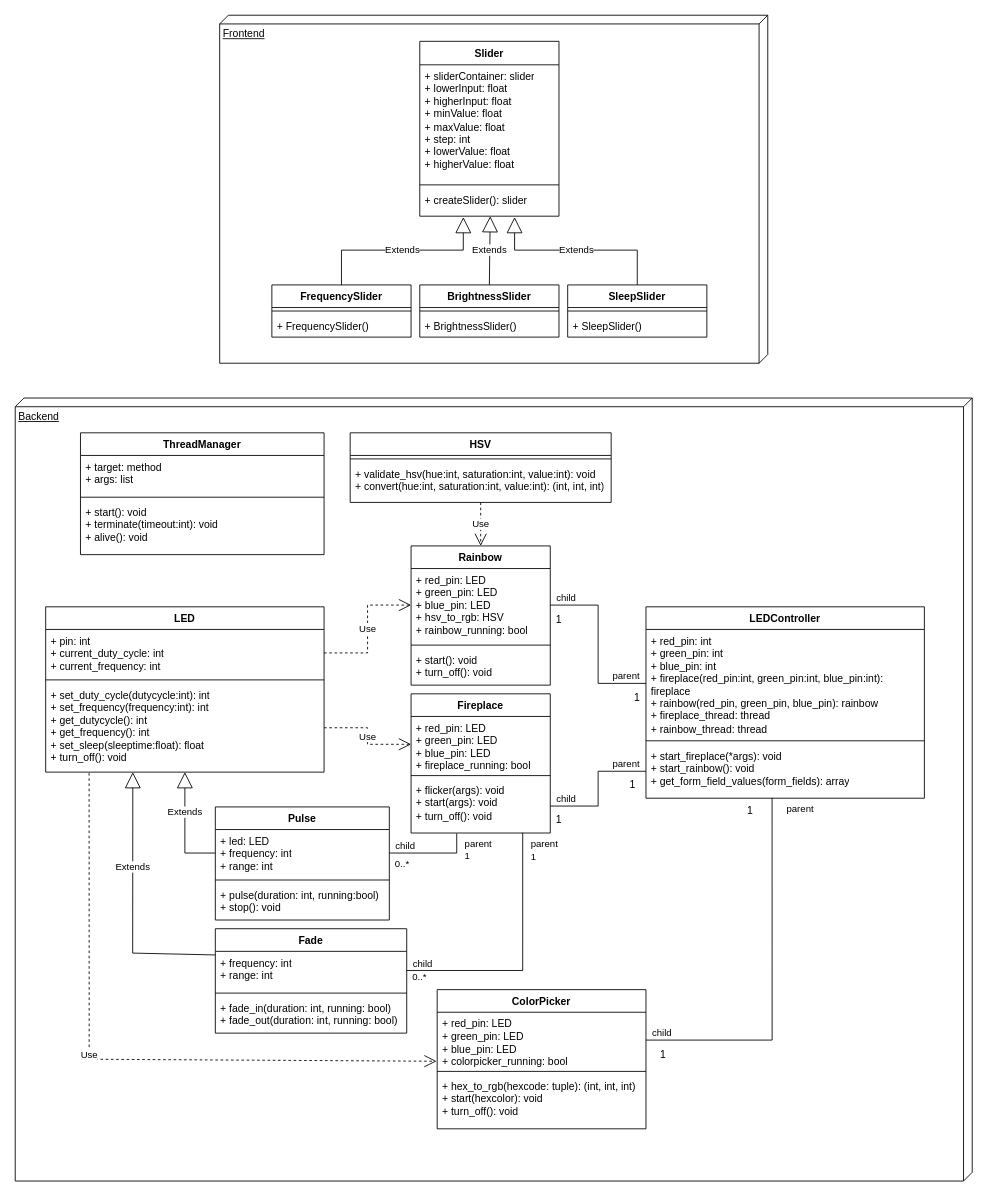
The draw.io diagram uml_diagrams/class_diagram_v2.drawio in Phaneron97/smartLedstrip, before the edit. Source tidied: cells renumbered, new cells numbered last; positions are measured from the earlier drawing's top-left corner, leaving out a move shared by most shapes. Both pictures are drawn from the tidied source at 87%, with x=0, y=0 at pixel (15, 15).
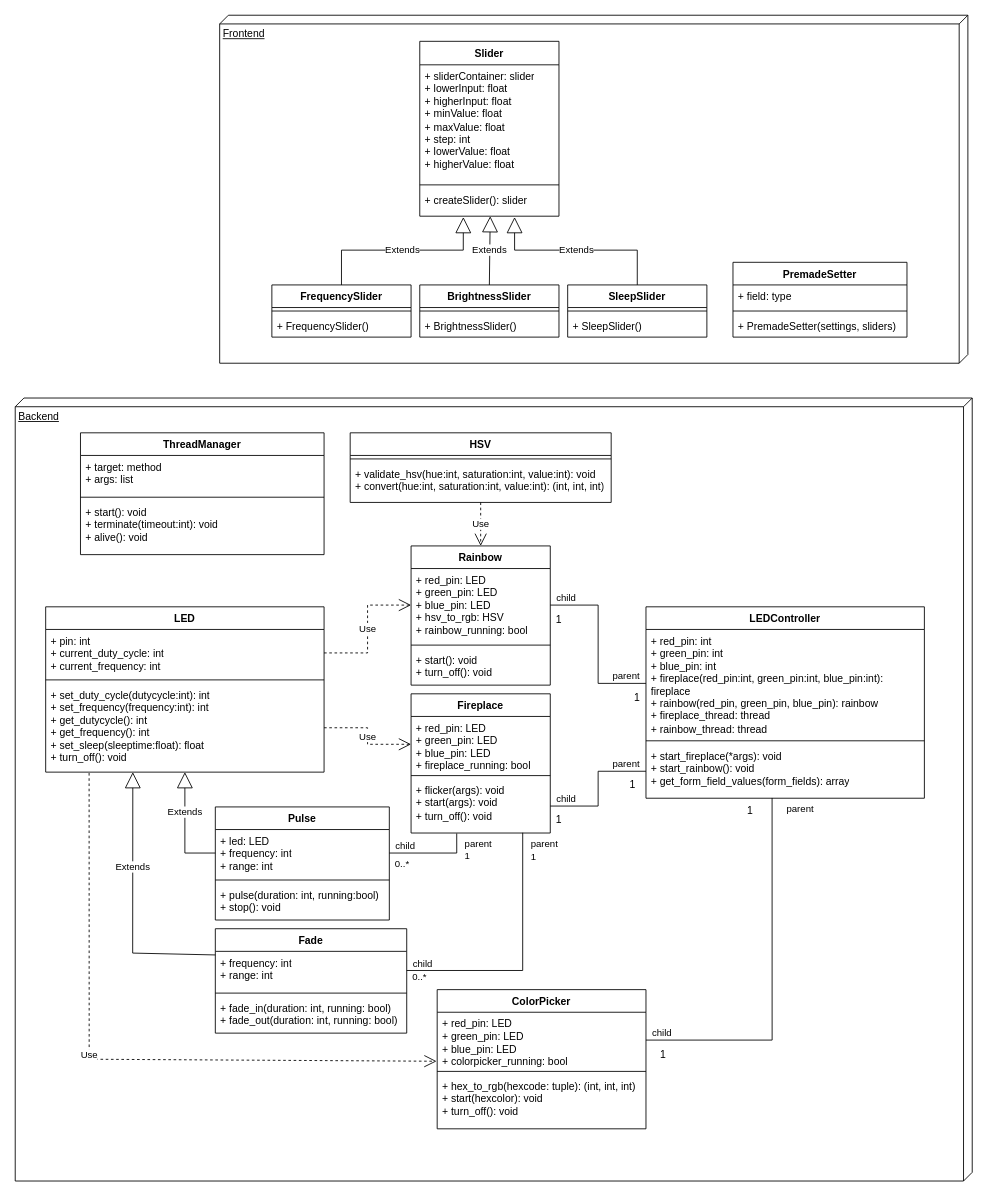
The same diagram, later.

What changed in the source:
```diff
@@
     <mxCell id="2" value="Frontend" style="verticalAlign=top;align=left;spacingTop=8;spacingLeft=2;spacingRight=12;shape=cube;size=10;direction=south;fontStyle=4;html=1;whiteSpace=wrap;" parent="1" vertex="1">
-      <mxGeometry x="235" width="630" height="400" as="geometry" />
+      <mxGeometry x="235" width="860" height="400" as="geometry" />
     </mxCell>
@@
+    <mxCell id="86" value="PremadeSetter" style="swimlane;fontStyle=1;align=center;verticalAlign=top;horizontal=1;startSize=26;whiteSpace=wrap;html=1;" parent="1" vertex="1">
+      <mxGeometry x="825" y="284" width="200" height="86" as="geometry" />
+    </mxCell>
+    <mxCell id="87" value="+ field: type" style="text;strokeColor=none;fillColor=none;align=left;verticalAlign=top;spacingLeft=4;spacingRight=4;overflow=hidden;whiteSpace=wrap;html=1;" parent="86" vertex="1">
+      <mxGeometry y="26" width="200" height="26" as="geometry" />
+    </mxCell>
+    <mxCell id="88" style="line;strokeWidth=1;fillColor=none;align=left;verticalAlign=middle;spacingTop=-1;spacingLeft=3;spacingRight=3;labelPosition=right;strokeColor=inherit;" parent="86" vertex="1">
+      <mxGeometry y="52" width="200" height="8" as="geometry" />
+    </mxCell>
+    <mxCell id="89" value="+ PremadeSetter(settings, sliders)" style="text;strokeColor=none;fillColor=none;align=left;verticalAlign=top;spacingLeft=4;spacingRight=4;overflow=hidden;whiteSpace=wrap;html=1;" parent="86" vertex="1">
+      <mxGeometry y="60" width="200" height="26" as="geometry" />
+    </mxCell>
```
